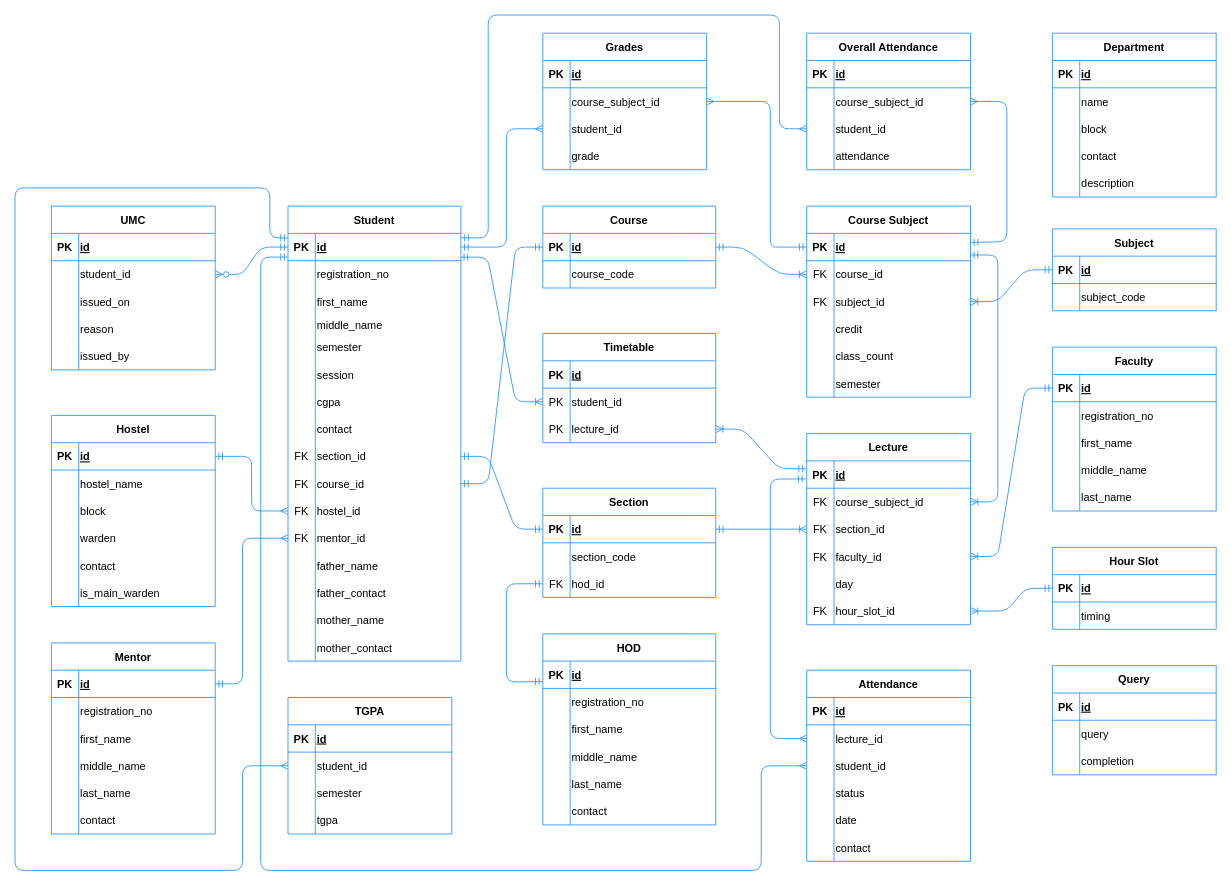
Above: whiteboard/database-design.drawio in suyash-purwar/ayra (draw.io), before the change. Source tidied: cells renumbered, new cells numbered last; positions are measured from the earlier drawing's top-left corner, leaving out a move shared by most shapes. Both pictures are drawn from the tidied source at 91%, with x=0, y=0 at pixel (15, 15).
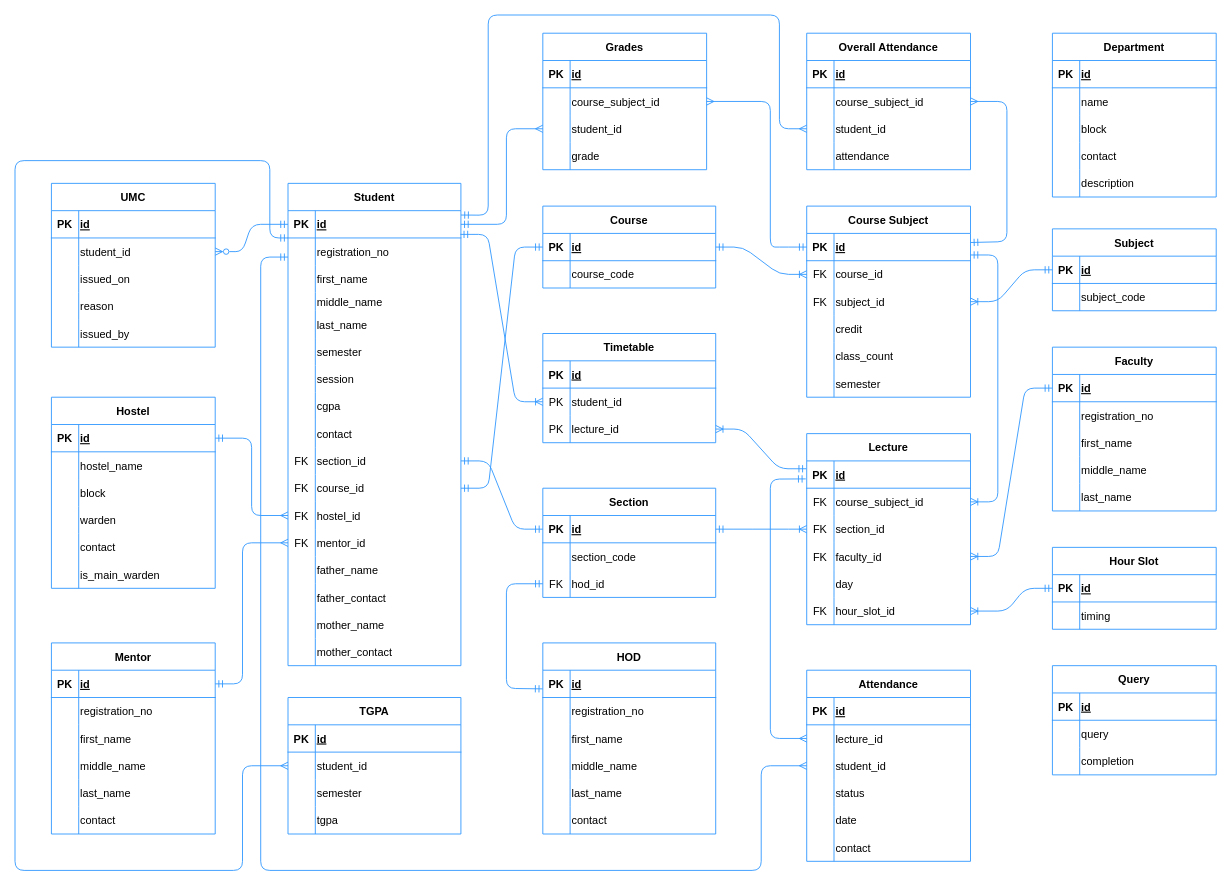
The same diagram, later.

The change refers to these unchanged cells:
```xml
<mxCell id="81" style="shape=tableRow;horizontal=0;startSize=0;swimlaneHead=0;swimlaneBody=0;fillColor=none;points=[[0,0.5],[1,0.5]];portConstraint=eastwest;top=0;left=0;right=0;bottom=0;strokeColor=#3399FF;strokeWidth=1;fontSize=12;spacingTop=0;spacingLeft=0;" parent="74" vertex="1">
  <mxGeometry y="90" width="190" height="30" as="geometry" />
</mxCell>
<mxCell id="103" style="shape=tableRow;horizontal=0;startSize=0;swimlaneHead=0;swimlaneBody=0;fillColor=none;points=[[0,0.5],[1,0.5]];portConstraint=eastwest;top=0;left=0;right=0;bottom=1;strokeColor=#3399FF;strokeWidth=1;fontSize=12;spacingTop=0;spacingLeft=0;" parent="102" vertex="1">
  <mxGeometry y="30" width="190" height="30" as="geometry" />
</mxCell>
<mxCell id="156" style="shape=tableRow;horizontal=0;startSize=0;swimlaneHead=0;swimlaneBody=0;fillColor=none;points=[[0,0.5],[1,0.5]];portConstraint=eastwest;top=0;left=0;right=0;bottom=1;strokeColor=#3399FF;strokeWidth=1;fontSize=12;spacingTop=0;spacingLeft=0;" parent="155" vertex="1">
  <mxGeometry y="30" width="180" height="30" as="geometry" />
</mxCell>
<mxCell id="176" style="shape=tableRow;horizontal=0;startSize=0;swimlaneHead=0;swimlaneBody=0;fillColor=none;points=[[0,0.5],[1,0.5]];portConstraint=eastwest;top=0;left=0;right=0;bottom=1;strokeColor=#3399FF;strokeWidth=1;fontSize=12;spacingTop=0;spacingLeft=0;" parent="175" vertex="1">
  <mxGeometry y="30" width="190" height="30" as="geometry" />
</mxCell>
<mxCell id="197" style="shape=tableRow;horizontal=0;startSize=0;swimlaneHead=0;swimlaneBody=0;fillColor=none;points=[[0,0.5],[1,0.5]];portConstraint=eastwest;top=0;left=0;right=0;bottom=1;strokeColor=#3399FF;strokeWidth=1;fontSize=12;spacingTop=0;spacingLeft=0;" parent="196" vertex="1">
  <mxGeometry y="30" width="180" height="30" as="geometry" />
</mxCell>
<mxCell id="221" style="shape=tableRow;horizontal=0;startSize=0;swimlaneHead=0;swimlaneBody=0;fillColor=none;points=[[0,0.5],[1,0.5]];portConstraint=eastwest;top=0;left=0;right=0;bottom=0;strokeColor=#3399FF;strokeWidth=1;fontSize=12;spacingTop=0;spacingLeft=0;" parent="217" vertex="1">
  <mxGeometry y="60" width="180" height="30" as="geometry" />
</mxCell>
<mxCell id="290" style="shape=tableRow;horizontal=0;startSize=0;swimlaneHead=0;swimlaneBody=0;fillColor=none;points=[[0,0.5],[1,0.5]];portConstraint=eastwest;top=0;left=0;right=0;bottom=0;strokeColor=#3399FF;strokeWidth=1;fontSize=12;spacingTop=0;spacingLeft=0;" parent="283" vertex="1">
  <mxGeometry y="90" width="180" height="30" as="geometry" />
</mxCell>
<mxCell id="304" style="shape=tableRow;horizontal=0;startSize=0;swimlaneHead=0;swimlaneBody=0;fillColor=none;points=[[0,0.5],[1,0.5]];portConstraint=eastwest;top=0;left=0;right=0;bottom=0;strokeColor=#3399FF;strokeWidth=1;fontSize=12;spacingTop=0;spacingLeft=0;" parent="297" vertex="1">
  <mxGeometry y="90" width="180" height="30" as="geometry" />
</mxCell>
```

Diff of the diagram source:
```diff
@@
     <mxCell id="102" value="Student" style="shape=table;startSize=30;childLayout=tableLayout;rowLines=0;fontStyle=1;align=center;strokeColor=#3399FF;strokeWidth=1;fontSize=12;spacingTop=0;spacingLeft=0;" parent="1" vertex="1">
-      <mxGeometry x="300" y="210" width="190" height="500" as="geometry" />
+      <mxGeometry x="300" y="185" width="190" height="530" as="geometry" />
     </mxCell>
@@
+    <mxCell id="330" style="shape=tableRow;horizontal=0;startSize=0;swimlaneHead=0;swimlaneBody=0;fillColor=none;top=0;left=0;right=0;bottom=0;strokeColor=#3399FF;strokeWidth=1;fontSize=12;spacingTop=0;spacingLeft=0;" parent="102" vertex="1">
+      <mxGeometry y="140" width="190" height="30" as="geometry" />
+    </mxCell>
+    <mxCell id="331" style="shape=partialRectangle;fillColor=none;top=0;left=0;bottom=0;right=0;overflow=hidden;strokeColor=#3399FF;strokeWidth=1;fontSize=12;spacingTop=0;spacingLeft=0;" parent="330" vertex="1">
+      <mxGeometry width="30" height="30" as="geometry" />
+    </mxCell>
+    <mxCell id="332" value="last_name" style="shape=partialRectangle;fillColor=none;top=0;left=0;bottom=0;right=0;align=left;spacingLeft=0;overflow=hidden;strokeColor=#3399FF;strokeWidth=1;fontSize=12;spacingTop=0;" parent="330" vertex="1">
+      <mxGeometry x="30" width="160" height="30" as="geometry" />
+    </mxCell>
     <mxCell id="115" style="shape=tableRow;horizontal=0;startSize=0;swimlaneHead=0;swimlaneBody=0;fillColor=none;top=0;left=0;right=0;bottom=0;strokeColor=#3399FF;strokeWidth=1;fontSize=12;spacingTop=0;spacingLeft=0;" parent="102" vertex="1">
-      <mxGeometry y="140" width="190" height="30" as="geometry" />
+      <mxGeometry y="170" width="190" height="30" as="geometry" />
     </mxCell>
@@
     <mxCell id="118" style="shape=tableRow;horizontal=0;startSize=0;swimlaneHead=0;swimlaneBody=0;fillColor=none;top=0;left=0;right=0;bottom=0;strokeColor=#3399FF;strokeWidth=1;fontSize=12;spacingTop=0;spacingLeft=0;" parent="102" vertex="1">
-      <mxGeometry y="170" width="190" height="30" as="geometry" />
+      <mxGeometry y="200" width="190" height="30" as="geometry" />
     </mxCell>
@@
     <mxCell id="121" style="shape=tableRow;horizontal=0;startSize=0;swimlaneHead=0;swimlaneBody=0;fillColor=none;top=0;left=0;right=0;bottom=0;strokeColor=#3399FF;strokeWidth=1;fontSize=12;spacingTop=0;spacingLeft=0;" parent="102" vertex="1">
-      <mxGeometry y="200" width="190" height="30" as="geometry" />
+      <mxGeometry y="230" width="190" height="30" as="geometry" />
     </mxCell>
@@
     <mxCell id="124" style="shape=tableRow;horizontal=0;startSize=0;swimlaneHead=0;swimlaneBody=0;fillColor=none;top=0;left=0;right=0;bottom=0;strokeColor=#3399FF;strokeWidth=1;fontSize=12;spacingTop=0;spacingLeft=0;" parent="102" vertex="1">
-      <mxGeometry y="230" width="190" height="30" as="geometry" />
+      <mxGeometry y="260" width="190" height="30" as="geometry" />
     </mxCell>
@@
     <mxCell id="127" style="shape=tableRow;horizontal=0;startSize=0;swimlaneHead=0;swimlaneBody=0;fillColor=none;points=[[0,0.5],[1,0.5]];portConstraint=eastwest;top=0;left=0;right=0;bottom=0;strokeColor=#3399FF;strokeWidth=1;fontSize=12;spacingTop=0;spacingLeft=0;" parent="102" vertex="1">
-      <mxGeometry y="260" width="190" height="30" as="geometry" />
+      <mxGeometry y="290" width="190" height="30" as="geometry" />
     </mxCell>
@@
     <mxCell id="130" style="shape=tableRow;horizontal=0;startSize=0;swimlaneHead=0;swimlaneBody=0;fillColor=none;points=[[0,0.5],[1,0.5]];portConstraint=eastwest;top=0;left=0;right=0;bottom=0;strokeColor=#3399FF;strokeWidth=1;fontSize=12;spacingTop=0;spacingLeft=0;" parent="102" vertex="1">
-      <mxGeometry y="290" width="190" height="30" as="geometry" />
+      <mxGeometry y="320" width="190" height="30" as="geometry" />
     </mxCell>
@@
     <mxCell id="133" style="shape=tableRow;horizontal=0;startSize=0;swimlaneHead=0;swimlaneBody=0;fillColor=none;points=[[0,0.5],[1,0.5]];portConstraint=eastwest;top=0;left=0;right=0;bottom=0;strokeColor=#3399FF;strokeWidth=1;fontSize=12;spacingTop=0;spacingLeft=0;" parent="102" vertex="1">
-      <mxGeometry y="320" width="190" height="30" as="geometry" />
+      <mxGeometry y="350" width="190" height="30" as="geometry" />
     </mxCell>
@@
     <mxCell id="136" style="shape=tableRow;horizontal=0;startSize=0;swimlaneHead=0;swimlaneBody=0;fillColor=none;points=[[0,0.5],[1,0.5]];portConstraint=eastwest;top=0;left=0;right=0;bottom=0;strokeColor=#3399FF;strokeWidth=1;fontSize=12;spacingTop=0;spacingLeft=0;" parent="102" vertex="1">
-      <mxGeometry y="350" width="190" height="30" as="geometry" />
+      <mxGeometry y="380" width="190" height="30" as="geometry" />
     </mxCell>
@@
     <mxCell id="139" style="shape=tableRow;horizontal=0;startSize=0;swimlaneHead=0;swimlaneBody=0;fillColor=none;top=0;left=0;right=0;bottom=0;strokeColor=#3399FF;strokeWidth=1;fontSize=12;spacingTop=0;spacingLeft=0;" parent="102" vertex="1">
-      <mxGeometry y="380" width="190" height="30" as="geometry" />
+      <mxGeometry y="410" width="190" height="30" as="geometry" />
     </mxCell>
@@
     <mxCell id="142" style="shape=tableRow;horizontal=0;startSize=0;swimlaneHead=0;swimlaneBody=0;fillColor=none;top=0;left=0;right=0;bottom=0;strokeColor=#3399FF;strokeWidth=1;fontSize=12;spacingTop=0;spacingLeft=0;" parent="102" vertex="1">
-      <mxGeometry y="410" width="190" height="30" as="geometry" />
+      <mxGeometry y="440" width="190" height="30" as="geometry" />
     </mxCell>
@@
     <mxCell id="145" style="shape=tableRow;horizontal=0;startSize=0;swimlaneHead=0;swimlaneBody=0;fillColor=none;top=0;left=0;right=0;bottom=0;strokeColor=#3399FF;strokeWidth=1;fontSize=12;spacingTop=0;spacingLeft=0;" parent="102" vertex="1">
-      <mxGeometry y="440" width="190" height="30" as="geometry" />
+      <mxGeometry y="470" width="190" height="30" as="geometry" />
     </mxCell>
@@
     <mxCell id="148" style="shape=tableRow;horizontal=0;startSize=0;swimlaneHead=0;swimlaneBody=0;fillColor=none;top=0;left=0;right=0;bottom=0;strokeColor=#3399FF;strokeWidth=1;fontSize=12;spacingTop=0;spacingLeft=0;" parent="102" vertex="1">
-      <mxGeometry y="470" width="190" height="30" as="geometry" />
+      <mxGeometry y="500" width="190" height="30" as="geometry" />
     </mxCell>
@@
     <mxCell id="155" value="Hostel" style="shape=table;startSize=30;childLayout=tableLayout;rowLines=0;fontStyle=1;align=center;strokeColor=#3399FF;strokeWidth=1;fontSize=12;spacingTop=0;spacingLeft=0;" parent="1" vertex="1">
-      <mxGeometry x="40" y="440" width="180" height="210" as="geometry" />
+      <mxGeometry x="40" y="420" width="180" height="210" as="geometry" />
     </mxCell>
@@
-    <mxCell id="174" style="edgeStyle=none;rounded=1;jumpStyle=none;html=1;exitX=0;exitY=0.25;exitDx=0;exitDy=0;entryX=0;entryY=0.5;entryDx=0;entryDy=0;strokeColor=#3399FF;strokeWidth=1;fontSize=12;endArrow=ERmandOne;endFill=0;startArrow=ERmandOne;startFill=0;" parent="1" edge="1" source="175" target="81">
+    <mxCell id="174" style="edgeStyle=none;rounded=1;jumpStyle=none;html=1;exitX=-0.001;exitY=0.683;exitDx=0;exitDy=0;entryX=0;entryY=0.5;entryDx=0;entryDy=0;strokeColor=#3399FF;strokeWidth=1;fontSize=12;endArrow=ERmandOne;endFill=0;startArrow=ERmandOne;startFill=0;exitPerimeter=0;" parent="1" edge="1" source="176" target="81">
       <mxGeometry relative="1" as="geometry">
         <Array as="points">
-          <mxPoint x="540" y="733" />
+          <mxPoint x="540" y="740" />
           <mxPoint x="540" y="625" />
         </Array>
       </mxGeometry>
     </mxCell>
     <mxCell id="175" value="HOD" style="shape=table;startSize=30;childLayout=tableLayout;rowLines=0;fontStyle=1;align=center;strokeColor=#3399FF;strokeWidth=1;fontSize=12;spacingTop=0;spacingLeft=0;" parent="1" vertex="1">
-      <mxGeometry x="580" y="680" width="190" height="210" as="geometry" />
+      <mxGeometry x="580" y="690" width="190" height="210" as="geometry" />
     </mxCell>
@@
     <mxCell id="195" style="edgeStyle=none;html=1;exitX=0;exitY=0.5;exitDx=0;exitDy=0;entryX=1;entryY=0.5;entryDx=0;entryDy=0;startArrow=ERmany;startFill=0;strokeColor=#3399FF;endArrow=ERmandOne;endFill=0;" parent="1" edge="1" source="133" target="156">
       <mxGeometry relative="1" as="geometry">
         <Array as="points">
-          <mxPoint x="260" y="545" />
-          <mxPoint x="260" y="485" />
+          <mxPoint x="260" y="550" />
+          <mxPoint x="260" y="465" />
         </Array>
       </mxGeometry>
     </mxCell>
@@
     <mxCell id="216" style="edgeStyle=none;html=1;exitX=0;exitY=0.5;exitDx=0;exitDy=0;entryX=1;entryY=0.5;entryDx=0;entryDy=0;strokeColor=#3399FF;startArrow=ERmany;startFill=0;endArrow=ERmandOne;endFill=0;" parent="1" edge="1" source="136" target="197">
       <mxGeometry relative="1" as="geometry">
         <Array as="points">
-          <mxPoint x="250" y="575" />
+          <mxPoint x="250" y="580" />
           <mxPoint x="250" y="735" />
         </Array>
       </mxGeometry>
     </mxCell>
     <mxCell id="217" value="UMC" style="shape=table;startSize=30;childLayout=tableLayout;rowLines=0;fontStyle=1;align=center;strokeColor=#3399FF;strokeWidth=1;fontSize=12;spacingTop=0;spacingLeft=0;" parent="1" vertex="1">
-      <mxGeometry x="40" y="210" width="180" height="180" as="geometry" />
+      <mxGeometry x="40" y="185" width="180" height="180" as="geometry" />
     </mxCell>
@@
     <mxCell id="233" style="edgeStyle=none;html=1;entryX=1;entryY=0.5;entryDx=0;entryDy=0;startArrow=ERmandOne;startFill=0;strokeColor=#3399FF;endArrow=ERzeroToMany;endFill=0;exitX=0;exitY=0.5;exitDx=0;exitDy=0;" parent="1" edge="1" source="103" target="221">
       <mxGeometry relative="1" as="geometry">
         <Array as="points">
-          <mxPoint x="270" y="255" />
-          <mxPoint x="250" y="285" />
+          <mxPoint x="260" y="230" />
+          <mxPoint x="250" y="260" />
         </Array>
       </mxGeometry>
     </mxCell>
@@
     <mxCell id="311" value="TGPA" style="shape=table;startSize=30;childLayout=tableLayout;rowLines=0;fontStyle=1;align=center;strokeColor=#3399FF;strokeWidth=1;fontSize=12;spacingTop=0;spacingLeft=0;" parent="1" vertex="1">
-      <mxGeometry x="300" y="750" width="180" height="150" as="geometry" />
+      <mxGeometry x="300" y="750" width="190" height="150" as="geometry" />
     </mxCell>
     <mxCell id="312" style="shape=tableRow;horizontal=0;startSize=0;swimlaneHead=0;swimlaneBody=0;fillColor=none;points=[[0,0.5],[1,0.5]];portConstraint=eastwest;top=0;left=0;right=0;bottom=1;strokeColor=#3399FF;strokeWidth=1;fontSize=12;spacingTop=0;spacingLeft=0;" parent="311" vertex="1">
-      <mxGeometry y="30" width="180" height="30" as="geometry" />
+      <mxGeometry y="30" width="190" height="30" as="geometry" />
     </mxCell>
@@
     <mxCell id="314" value="id" style="shape=partialRectangle;fillColor=none;top=0;left=0;bottom=0;right=0;align=left;spacingLeft=0;fontStyle=5;overflow=hidden;strokeColor=#3399FF;strokeWidth=1;fontSize=12;spacingTop=0;" parent="312" vertex="1">
-      <mxGeometry x="30" width="150" height="30" as="geometry" />
+      <mxGeometry x="30" width="160" height="30" as="geometry" />
     </mxCell>
     <mxCell id="315" style="shape=tableRow;horizontal=0;startSize=0;swimlaneHead=0;swimlaneBody=0;fillColor=none;points=[[0,0.5],[1,0.5]];portConstraint=eastwest;top=0;left=0;right=0;bottom=0;strokeColor=#3399FF;strokeWidth=1;fontSize=12;spacingTop=0;spacingLeft=0;" parent="311" vertex="1">
-      <mxGeometry y="60" width="180" height="30" as="geometry" />
+      <mxGeometry y="60" width="190" height="30" as="geometry" />
     </mxCell>
@@
     <mxCell id="317" value="student_id" style="shape=partialRectangle;fillColor=none;top=0;left=0;bottom=0;right=0;align=left;spacingLeft=0;overflow=hidden;strokeColor=#3399FF;strokeWidth=1;fontSize=12;spacingTop=0;" parent="315" vertex="1">
-      <mxGeometry x="30" width="150" height="30" as="geometry" />
+      <mxGeometry x="30" width="160" height="30" as="geometry" />
     </mxCell>
     <mxCell id="318" style="shape=tableRow;horizontal=0;startSize=0;swimlaneHead=0;swimlaneBody=0;fillColor=none;top=0;left=0;right=0;bottom=0;strokeColor=#3399FF;strokeWidth=1;fontSize=12;spacingTop=0;spacingLeft=0;" parent="311" vertex="1">
-      <mxGeometry y="90" width="180" height="30" as="geometry" />
+      <mxGeometry y="90" width="190" height="30" as="geometry" />
     </mxCell>
@@
     <mxCell id="320" value="semester" style="shape=partialRectangle;fillColor=none;top=0;left=0;bottom=0;right=0;align=left;spacingLeft=0;overflow=hidden;strokeColor=#3399FF;strokeWidth=1;fontSize=12;spacingTop=0;" parent="318" vertex="1">
-      <mxGeometry x="30" width="150" height="30" as="geometry" />
+      <mxGeometry x="30" width="160" height="30" as="geometry" />
     </mxCell>
     <mxCell id="321" style="shape=tableRow;horizontal=0;startSize=0;swimlaneHead=0;swimlaneBody=0;fillColor=none;top=0;left=0;right=0;bottom=0;strokeColor=#3399FF;strokeWidth=1;fontSize=12;spacingTop=0;spacingLeft=0;" parent="311" vertex="1">
-      <mxGeometry y="120" width="180" height="30" as="geometry" />
+      <mxGeometry y="120" width="190" height="30" as="geometry" />
     </mxCell>
@@
     <mxCell id="323" value="tgpa" style="shape=partialRectangle;fillColor=none;top=0;left=0;bottom=0;right=0;align=left;spacingLeft=0;overflow=hidden;strokeColor=#3399FF;strokeWidth=1;fontSize=12;spacingTop=0;" parent="321" vertex="1">
-      <mxGeometry x="30" width="150" height="30" as="geometry" />
+      <mxGeometry x="30" width="160" height="30" as="geometry" />
     </mxCell>
@@
     <mxCell id="325" style="edgeStyle=none;jettySize=auto;html=1;strokeColor=#3399FF;startArrow=ERmandOne;startFill=0;endArrow=ERmany;endFill=0;entryX=0;entryY=0.5;entryDx=0;entryDy=0;" parent="1" edge="1" target="315">
       <mxGeometry relative="1" as="geometry">
         <mxPoint x="300" y="245" as="sourcePoint" />
         <Array as="points">
           <mxPoint x="280" y="245" />
-          <mxPoint x="280" y="190" />
-          <mxPoint y="190" />
+          <mxPoint x="280" y="160" />
+          <mxPoint y="160" />
           <mxPoint y="940" />
           <mxPoint x="250" y="940" />
           <mxPoint x="250" y="825" />
         </Array>
       </mxGeometry>
     </mxCell>
@@
     <mxCell id="327" style="edgeStyle=none;jettySize=auto;html=1;strokeColor=#3399FF;startArrow=ERmandOne;startFill=0;endArrow=ERmany;endFill=0;entryX=0;entryY=0.5;entryDx=0;entryDy=0;exitX=1;exitY=0.5;exitDx=0;exitDy=0;" parent="1" edge="1" source="103" target="304">
       <mxGeometry relative="1" as="geometry">
         <Array as="points">
-          <mxPoint x="540" y="255" />
+          <mxPoint x="540" y="230" />
           <mxPoint x="540" y="125" />
         </Array>
       </mxGeometry>
     </mxCell>
@@
     <mxCell id="329" style="edgeStyle=none;jettySize=auto;html=1;strokeColor=#3399FF;startArrow=ERmandOne;startFill=0;endArrow=ERmany;endFill=0;entryX=0;entryY=0.5;entryDx=0;entryDy=0;exitX=1.001;exitY=0.16;exitDx=0;exitDy=0;exitPerimeter=0;" parent="1" edge="1" source="103" target="290">
       <mxGeometry relative="1" as="geometry">
         <Array as="points">
-          <mxPoint x="520" y="245" />
+          <mxPoint x="520" y="220" />
           <mxPoint x="520" />
           <mxPoint x="840" />
           <mxPoint x="840" y="125" />
         </Array>
       </mxGeometry>
     </mxCell>
```
